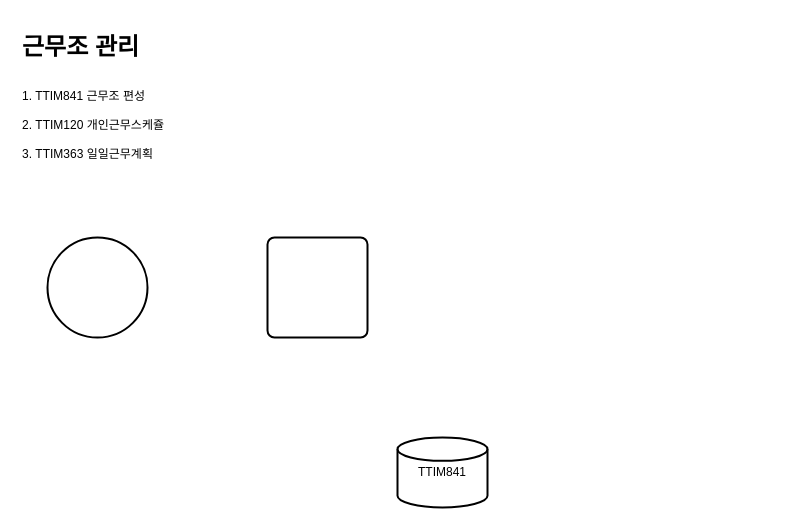
Before: page "02_Biz_dailySchedule" (2 of 2) of dailyClose.drawio in soedad/design, a draw.io diagram. Source tidied: cells renumbered, new cells numbered last; positions are measured from the earlier drawing's top-left corner, leaving out a move shared by most shapes. Both pictures are drawn from the tidied source at 100%, with x=0, y=0 at pixel (17, 27).
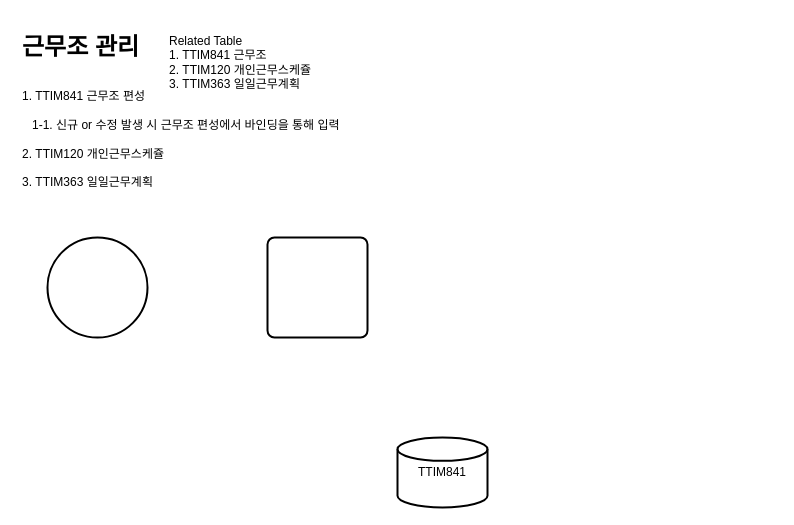
The same diagram, later.

Change to the diagram source:
```diff
@@
 <mxGraphModel>
   <root>
     <mxCell id="0" />
     <mxCell id="1" parent="0" />
     <mxCell id="2" style="strokeWidth=2;html=1;shape=mxgraph.flowchart.start_2;whiteSpace=wrap;" parent="1" vertex="1">
       <mxGeometry x="30" y="210" width="100" height="100" as="geometry" />
     </mxCell>
     <mxCell id="3" style="rounded=1;whiteSpace=wrap;html=1;absoluteArcSize=1;arcSize=14;strokeWidth=2;" parent="1" vertex="1">
       <mxGeometry x="250" y="210" width="100" height="100" as="geometry" />
     </mxCell>
-    <mxCell id="4" value="&lt;h1&gt;근무조 관리&lt;/h1&gt;&lt;h1&gt;&lt;font style=&quot;font-size: 12px ; font-weight: normal&quot;&gt;&lt;font&gt;1. TTIM841 근무조 편성&lt;br&gt;2. TTIM120 개인근무스케쥴&lt;br&gt;3. TTIM363 일일근무계획&lt;/font&gt;&lt;br&gt;&lt;/font&gt;&lt;/h1&gt;" style="text;html=1;strokeColor=none;fillColor=none;spacing=5;spacingTop=-20;whiteSpace=wrap;overflow=hidden;rounded=0;" parent="1" vertex="1">
+    <mxCell id="4" value="&lt;h1&gt;근무조 관리&lt;/h1&gt;&lt;h1&gt;&lt;font style=&quot;font-size: 12px ; font-weight: normal&quot;&gt;&lt;font&gt;1. TTIM841 근무조 편성&lt;br&gt;&amp;nbsp; &amp;nbsp;1-1. 신규 or 수정 발생 시 근무조 편성에서 바인딩을 통해 입력&lt;br&gt;2. TTIM120 개인근무스케쥴&lt;br&gt;3. TTIM363 일일근무계획&lt;/font&gt;&lt;br&gt;&lt;/font&gt;&lt;/h1&gt;" style="text;html=1;strokeColor=none;fillColor=none;spacing=5;spacingTop=-20;whiteSpace=wrap;overflow=hidden;rounded=0;" parent="1" vertex="1">
       <mxGeometry width="760" height="170" as="geometry" />
     </mxCell>
     <mxCell id="5" value="TTIM841" style="strokeWidth=2;html=1;shape=mxgraph.flowchart.database;whiteSpace=wrap;" parent="1" vertex="1">
       <mxGeometry x="380" y="410" width="90" height="70" as="geometry" />
     </mxCell>
+    <mxCell id="6" value="Related Table&lt;br&gt;1. TTIM841 근무조&lt;br&gt;2. TTIM120 개인근무스케쥴&lt;br&gt;3. TTIM363 일일근무계획" style="text;html=1;strokeColor=none;fillColor=none;align=left;verticalAlign=top;whiteSpace=wrap;rounded=0;" parent="1" vertex="1">
+      <mxGeometry x="150" width="170" height="70" as="geometry" />
+    </mxCell>
   </root>
 </mxGraphModel>
```
